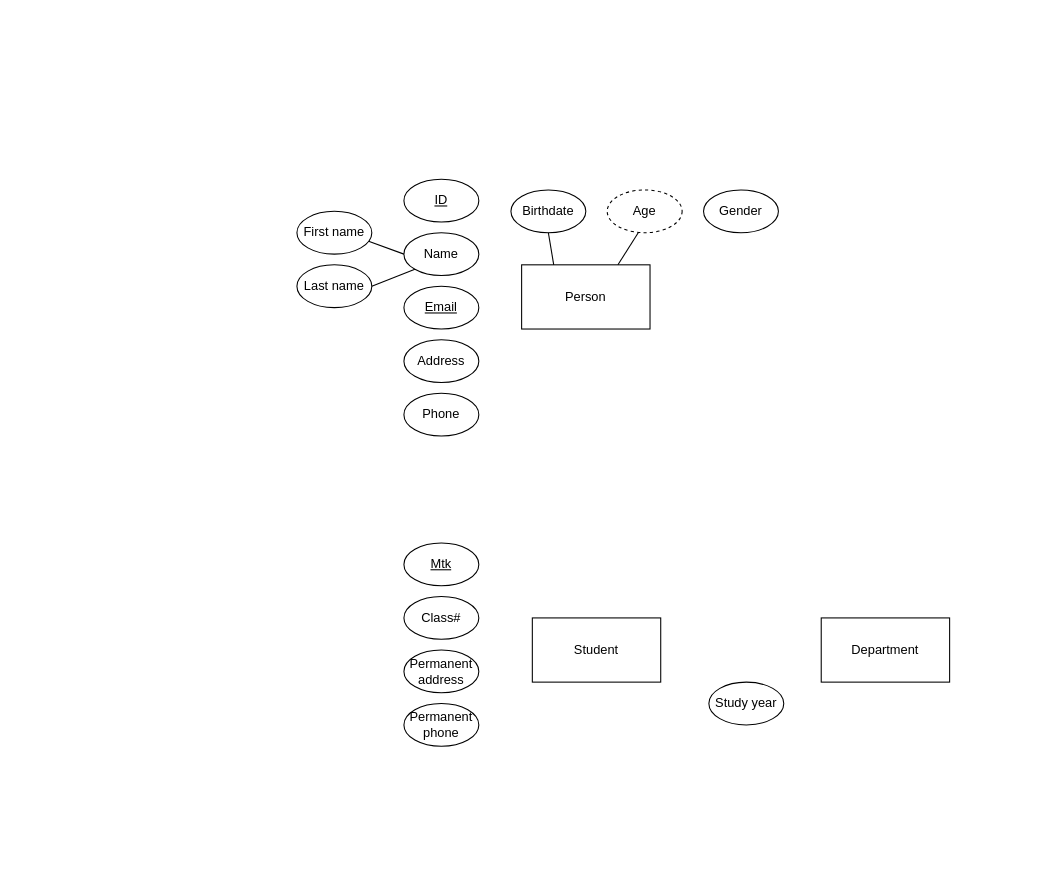
Above: University.drawio in nuo-li/Examples (draw.io), before the change. Source tidied: cells renumbered, new cells numbered last; positions are measured from the earlier drawing's top-left corner, leaving out a move shared by most shapes. Both pictures are drawn from the tidied source at 107%, with x=0, y=0 at pixel (296, 179).
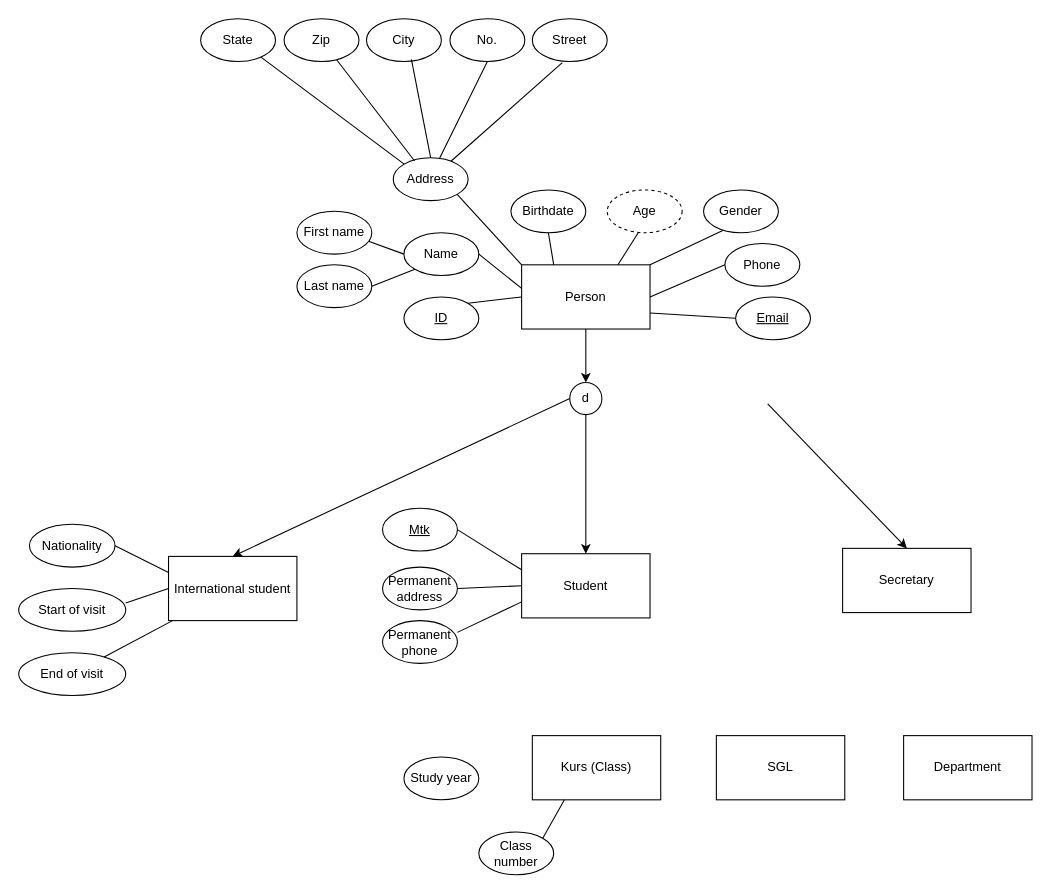
After the change.

The change refers to these unchanged cells:
```xml
<mxCell id="3" value="Person" style="rounded=0;whiteSpace=wrap;html=1;" parent="1" vertex="1">
  <mxGeometry x="210" y="80" width="120" height="60" as="geometry" />
</mxCell>
<mxCell id="4" value="Name" style="ellipse;whiteSpace=wrap;html=1;" parent="1" vertex="1">
  <mxGeometry x="100" y="50" width="70" height="40" as="geometry" />
</mxCell>
<mxCell id="21" value="Gender" style="ellipse;whiteSpace=wrap;html=1;" parent="1" vertex="1">
  <mxGeometry x="380" y="10" width="70" height="40" as="geometry" />
</mxCell>
```

The edit, as a diff of the source:
```diff
@@
     <mxCell id="2" value="Student" style="rounded=0;whiteSpace=wrap;html=1;" parent="1" vertex="1">
-      <mxGeometry x="220" y="410" width="120" height="60" as="geometry" />
+      <mxGeometry x="210" y="350" width="120" height="60" as="geometry" />
     </mxCell>
+    <mxCell id="24" style="edgeStyle=none;rounded=0;jettySize=auto;html=1;exitX=0.5;exitY=1;exitDx=0;exitDy=0;entryX=0.5;entryY=0;entryDx=0;entryDy=0;" parent="1" edge="1" source="3" target="56">
+      <mxGeometry relative="1" as="geometry" />
+    </mxCell>
@@
-    <mxCell id="5" value="Class#" style="ellipse;whiteSpace=wrap;html=1;" parent="1" vertex="1">
-      <mxGeometry x="100" y="390" width="70" height="40" as="geometry" />
+    <mxCell id="5" value="Class number" style="ellipse;whiteSpace=wrap;html=1;" parent="1" vertex="1">
+      <mxGeometry x="170" y="610" width="70" height="40" as="geometry" />
     </mxCell>
     <mxCell id="6" value="&lt;u&gt;Mtk&lt;/u&gt;" style="ellipse;whiteSpace=wrap;html=1;" parent="1" vertex="1">
-      <mxGeometry x="100" y="340" width="70" height="40" as="geometry" />
+      <mxGeometry x="80" y="307.5" width="70" height="40" as="geometry" />
     </mxCell>
     <mxCell id="7" value="&lt;u&gt;ID&lt;/u&gt;" style="ellipse;whiteSpace=wrap;html=1;" parent="1" vertex="1">
-      <mxGeometry x="100" width="70" height="40" as="geometry" />
+      <mxGeometry x="100" y="110" width="70" height="40" as="geometry" />
     </mxCell>
     <mxCell id="8" value="&lt;u&gt;Email&lt;/u&gt;" style="ellipse;whiteSpace=wrap;html=1;" parent="1" vertex="1">
-      <mxGeometry x="100" y="100" width="70" height="40" as="geometry" />
+      <mxGeometry x="410" y="110" width="70" height="40" as="geometry" />
     </mxCell>
     <mxCell id="9" value="Address" style="ellipse;whiteSpace=wrap;html=1;" parent="1" vertex="1">
-      <mxGeometry x="100" y="150" width="70" height="40" as="geometry" />
+      <mxGeometry x="90" y="-20" width="70" height="40" as="geometry" />
     </mxCell>
     <mxCell id="10" value="Phone" style="ellipse;whiteSpace=wrap;html=1;" parent="1" vertex="1">
-      <mxGeometry x="100" y="200" width="70" height="40" as="geometry" />
+      <mxGeometry x="400" y="60" width="70" height="40" as="geometry" />
     </mxCell>
     <mxCell id="11" value="Permanent address" style="ellipse;whiteSpace=wrap;html=1;" parent="1" vertex="1">
-      <mxGeometry x="100" y="440" width="70" height="40" as="geometry" />
+      <mxGeometry x="80" y="362.5" width="70" height="40" as="geometry" />
     </mxCell>
     <mxCell id="12" value="Permanent phone" style="ellipse;whiteSpace=wrap;html=1;" parent="1" vertex="1">
-      <mxGeometry x="100" y="490" width="70" height="40" as="geometry" />
+      <mxGeometry x="80" y="412.5" width="70" height="40" as="geometry" />
     </mxCell>
@@
     <mxCell id="22" value="Study year" style="ellipse;whiteSpace=wrap;html=1;" parent="1" vertex="1">
-      <mxGeometry x="385" y="470" width="70" height="40" as="geometry" />
+      <mxGeometry x="100" y="540" width="70" height="40" as="geometry" />
     </mxCell>
-    <mxCell id="23" value="Department" style="rounded=0;whiteSpace=wrap;html=1;" parent="1" vertex="1">
-      <mxGeometry x="490" y="410" width="120" height="60" as="geometry" />
+    <mxCell id="23" value="Kurs (Class)" style="rounded=0;whiteSpace=wrap;html=1;" parent="1" vertex="1">
+      <mxGeometry x="220" y="520" width="120" height="60" as="geometry" />
     </mxCell>
+    <mxCell id="25" value="Department" style="rounded=0;whiteSpace=wrap;html=1;" parent="1" vertex="1">
+      <mxGeometry x="567" y="520" width="120" height="60" as="geometry" />
+    </mxCell>
+    <mxCell id="26" style="endArrow=none;html=1;rounded=0;entryX=1;entryY=0;entryDx=0;entryDy=0;exitX=0.25;exitY=1;exitDx=0;exitDy=0;" parent="1" edge="1" source="23" target="5">
+      <mxGeometry relative="1" as="geometry" />
+    </mxCell>
+    <mxCell id="27" value="Secretary" style="rounded=0;whiteSpace=wrap;html=1;" parent="1" vertex="1">
+      <mxGeometry x="510" y="345" width="120" height="60" as="geometry" />
+    </mxCell>
+    <mxCell id="28" value="SGL" style="rounded=0;whiteSpace=wrap;html=1;" parent="1" vertex="1">
+      <mxGeometry x="392" y="520" width="120" height="60" as="geometry" />
+    </mxCell>
+    <mxCell id="29" style="endArrow=none;html=1;rounded=0;entryX=0;entryY=0.367;entryDx=0;entryDy=0;exitX=1;exitY=0.5;exitDx=0;exitDy=0;entryPerimeter=0;" parent="1" edge="1" source="4" target="3">
+      <mxGeometry relative="1" as="geometry" />
+    </mxCell>
+    <mxCell id="30" style="endArrow=none;html=1;rounded=0;entryX=1;entryY=0.75;entryDx=0;entryDy=0;" parent="1" edge="1" target="3">
+      <mxGeometry relative="1" as="geometry">
+        <mxPoint x="410" y="130" as="sourcePoint" />
+      </mxGeometry>
+    </mxCell>
+    <mxCell id="31" style="endArrow=none;html=1;rounded=0;exitX=1;exitY=1;exitDx=0;exitDy=0;" parent="1" edge="1" source="9">
+      <mxGeometry relative="1" as="geometry">
+        <mxPoint x="210" y="80" as="targetPoint" />
+      </mxGeometry>
+    </mxCell>
+    <mxCell id="32" style="endArrow=none;html=1;rounded=0;entryX=1;entryY=0.5;entryDx=0;entryDy=0;exitX=0;exitY=0.5;exitDx=0;exitDy=0;" parent="1" edge="1" source="10" target="3">
+      <mxGeometry relative="1" as="geometry" />
+    </mxCell>
+    <mxCell id="33" style="endArrow=none;html=1;rounded=0;exitX=1;exitY=0.5;exitDx=0;exitDy=0;entryX=0;entryY=0.25;entryDx=0;entryDy=0;" parent="1" edge="1" source="6" target="2">
+      <mxGeometry relative="1" as="geometry" />
+    </mxCell>
+    <mxCell id="34" style="endArrow=none;html=1;rounded=0;exitX=1;exitY=0.5;exitDx=0;exitDy=0;entryX=0;entryY=0.5;entryDx=0;entryDy=0;" parent="1" edge="1" source="11" target="2">
+      <mxGeometry relative="1" as="geometry" />
+    </mxCell>
+    <mxCell id="35" style="endArrow=none;html=1;rounded=0;exitX=1;exitY=0.275;exitDx=0;exitDy=0;entryX=0;entryY=0.75;entryDx=0;entryDy=0;exitPerimeter=0;" parent="1" edge="1" source="12" target="2">
+      <mxGeometry relative="1" as="geometry" />
+    </mxCell>
+    <mxCell id="36" value="Street" style="ellipse;whiteSpace=wrap;html=1;" parent="1" vertex="1">
+      <mxGeometry x="220" y="-150" width="70" height="40" as="geometry" />
+    </mxCell>
+    <mxCell id="37" value="No." style="ellipse;whiteSpace=wrap;html=1;" parent="1" vertex="1">
+      <mxGeometry x="143" y="-150" width="70" height="40" as="geometry" />
+    </mxCell>
+    <mxCell id="38" value="City" style="ellipse;whiteSpace=wrap;html=1;" parent="1" vertex="1">
+      <mxGeometry x="65" y="-150" width="70" height="40" as="geometry" />
+    </mxCell>
+    <mxCell id="39" value="Zip" style="ellipse;whiteSpace=wrap;html=1;" parent="1" vertex="1">
+      <mxGeometry x="-12" y="-150" width="70" height="40" as="geometry" />
+    </mxCell>
+    <mxCell id="40" value="State" style="ellipse;whiteSpace=wrap;html=1;" parent="1" vertex="1">
+      <mxGeometry x="-90" y="-150" width="70" height="40" as="geometry" />
+    </mxCell>
+    <mxCell id="41" style="endArrow=none;html=1;rounded=0;entryX=0.4;entryY=1.025;entryDx=0;entryDy=0;entryPerimeter=0;" parent="1" edge="1" source="9" target="36">
+      <mxGeometry relative="1" as="geometry" />
+    </mxCell>
+    <mxCell id="42" style="endArrow=none;html=1;rounded=0;entryX=0.5;entryY=1;entryDx=0;entryDy=0;exitX=0.614;exitY=0.025;exitDx=0;exitDy=0;exitPerimeter=0;" parent="1" edge="1" source="9" target="37">
+      <mxGeometry relative="1" as="geometry" />
+    </mxCell>
+    <mxCell id="43" style="endArrow=none;html=1;rounded=0;exitX=0.6;exitY=0.95;exitDx=0;exitDy=0;entryX=0.5;entryY=0;entryDx=0;entryDy=0;exitPerimeter=0;" parent="1" edge="1" source="38" target="9">
+      <mxGeometry relative="1" as="geometry" />
+    </mxCell>
+    <mxCell id="44" style="endArrow=none;html=1;rounded=0;entryX=0.286;entryY=0.075;entryDx=0;entryDy=0;entryPerimeter=0;" parent="1" edge="1" source="39" target="9">
+      <mxGeometry relative="1" as="geometry" />
+    </mxCell>
+    <mxCell id="45" style="endArrow=none;html=1;rounded=0;entryX=0;entryY=0;entryDx=0;entryDy=0;" parent="1" edge="1" source="40" target="9">
+      <mxGeometry relative="1" as="geometry" />
+    </mxCell>
+    <mxCell id="46" style="endArrow=classic;html=1;rounded=0;entryX=0.5;entryY=0;entryDx=0;entryDy=0;exitX=0.5;exitY=1;exitDx=0;exitDy=0;" parent="1" edge="1" source="56" target="2">
+      <mxGeometry relative="1" as="geometry" />
+    </mxCell>
+    <mxCell id="47" style="endArrow=none;html=1;rounded=0;entryX=0.257;entryY=0.95;entryDx=0;entryDy=0;entryPerimeter=0;exitX=1;exitY=0;exitDx=0;exitDy=0;" parent="1" edge="1" source="3" target="21">
+      <mxGeometry relative="1" as="geometry" />
+    </mxCell>
+    <mxCell id="48" style="endArrow=none;html=1;rounded=0;exitX=1;exitY=0;exitDx=0;exitDy=0;entryX=0;entryY=0.5;entryDx=0;entryDy=0;" parent="1" edge="1" source="7" target="3">
+      <mxGeometry relative="1" as="geometry" />
+    </mxCell>
+    <mxCell id="49" style="endArrow=classic;html=1;rounded=0;entryX=0.5;entryY=0;entryDx=0;entryDy=0;" parent="1" edge="1" target="27">
+      <mxGeometry relative="1" as="geometry">
+        <mxPoint x="440" y="210" as="sourcePoint" />
+      </mxGeometry>
+    </mxCell>
+    <mxCell id="50" value="International student" style="rounded=0;whiteSpace=wrap;html=1;" parent="1" vertex="1">
+      <mxGeometry x="-120" y="352.5" width="120" height="60" as="geometry" />
+    </mxCell>
+    <mxCell id="51" value="Nationality" style="ellipse;whiteSpace=wrap;html=1;" parent="1" vertex="1">
+      <mxGeometry x="-250" y="322.5" width="80" height="40" as="geometry" />
+    </mxCell>
+    <mxCell id="52" value="Start of visit" style="ellipse;whiteSpace=wrap;html=1;" parent="1" vertex="1">
+      <mxGeometry x="-260" y="382.5" width="100" height="40" as="geometry" />
+    </mxCell>
+    <mxCell id="53" value="End of visit" style="ellipse;whiteSpace=wrap;html=1;" parent="1" vertex="1">
+      <mxGeometry x="-260" y="442.5" width="100" height="40" as="geometry" />
+    </mxCell>
+    <mxCell id="54" style="edgeStyle=none;rounded=0;orthogonalLoop=1;jettySize=auto;html=1;exitX=1;exitY=0;exitDx=0;exitDy=0;" parent="1" edge="1" source="10" target="10">
+      <mxGeometry relative="1" as="geometry" />
+    </mxCell>
+    <mxCell id="55" style="edgeStyle=none;rounded=0;jettySize=auto;html=1;exitX=0;exitY=0.5;exitDx=0;exitDy=0;entryX=0.5;entryY=0;entryDx=0;entryDy=0;" parent="1" edge="1" source="56" target="50">
+      <mxGeometry relative="1" as="geometry" />
+    </mxCell>
+    <mxCell id="56" value="d" style="ellipse;whiteSpace=wrap;html=1;" parent="1" vertex="1">
+      <mxGeometry x="255" y="190" width="30" height="30" as="geometry" />
+    </mxCell>
+    <mxCell id="57" style="endArrow=none;html=1;rounded=0;entryX=1;entryY=0.5;entryDx=0;entryDy=0;exitX=0;exitY=0.25;exitDx=0;exitDy=0;" parent="1" edge="1" source="50" target="51">
+      <mxGeometry relative="1" as="geometry" />
+    </mxCell>
+    <mxCell id="58" style="endArrow=none;html=1;rounded=0;entryX=1;entryY=0.338;entryDx=0;entryDy=0;entryPerimeter=0;exitX=0;exitY=0.5;exitDx=0;exitDy=0;" parent="1" edge="1" source="50" target="52">
+      <mxGeometry relative="1" as="geometry" />
+    </mxCell>
+    <mxCell id="59" style="endArrow=none;html=1;rounded=0;" parent="1" edge="1" source="53" target="50">
+      <mxGeometry relative="1" as="geometry" />
+    </mxCell>
```
